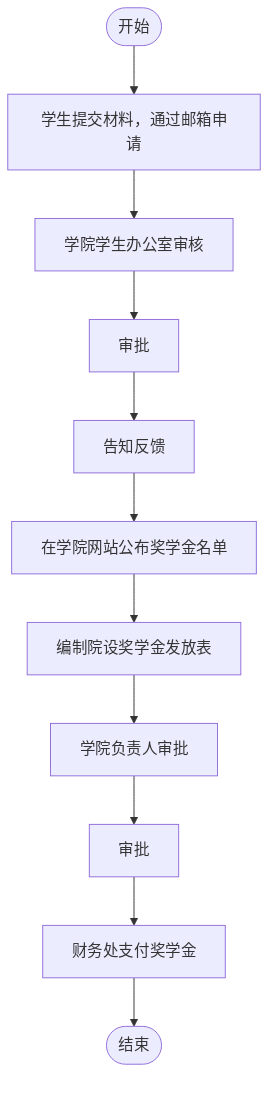
AmyIvan/work1 keeps this Mermaid diagram as outline2flow/flow_outputs/page_26.png. Above is the earlier version. Its source is kept beside it as outline2flow/mmd_outputs/page_26.mmd. Source of this version:
```mermaid
flowchart TD
    Start(["开始"]) --> Submit["学生提交材料，通过邮箱申请"]
    Submit --> Review["学院学生办公室审核"]
    Review --> Approve1["审批"]
    Approve1 --> Feedback["告知反馈"]
    Feedback --> Publish["在学院网站公布奖学金名单"]
    Publish --> Prepare["编制院设奖学金发放表"]
    Prepare --> Approve2["学院负责人审批"]
    Approve2 --> Approve3["审批"]
    Approve3 --> Pay["财务处支付奖学金"]
    Pay --> End(["结束"])
```
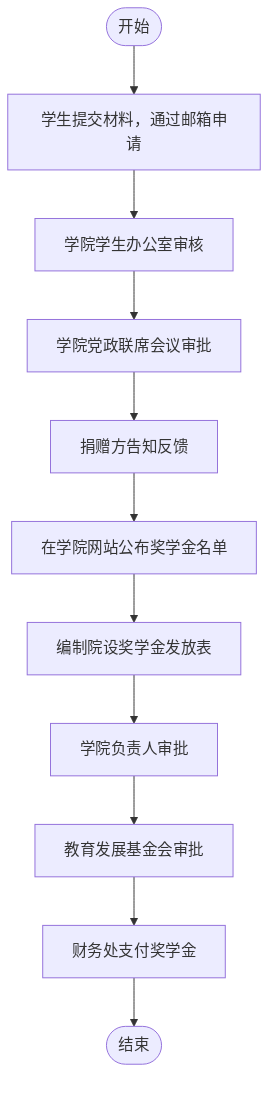
After the change.

Diff of the diagram source:
```diff
@@ -1,11 +1,13 @@
 flowchart TD
-    Start(["开始"]) --> Submit["学生提交材料，通过邮箱申请"]
-    Submit --> Review["学院学生办公室审核"]
-    Review --> Approve1["审批"]
-    Approve1 --> Feedback["告知反馈"]
-    Feedback --> Publish["在学院网站公布奖学金名单"]
-    Publish --> Prepare["编制院设奖学金发放表"]
-    Prepare --> Approve2["学院负责人审批"]
-    Approve2 --> Approve3["审批"]
-    Approve3 --> Pay["财务处支付奖学金"]
-    Pay --> End(["结束"])
+    Start([开始])
+    End([结束])
+    A[学生提交材料，通过邮箱申请]
+    B[学院学生办公室审核]
+    C[学院党政联席会议审批]
+    D[捐赠方告知反馈]
+    E[在学院网站公布奖学金名单]
+    F[编制院设奖学金发放表]
+    G[学院负责人审批]
+    H[教育发展基金会审批]
+    I[财务处支付奖学金]
+    Start --> A --> B --> C --> D --> E --> F --> G --> H --> I --> End
```
